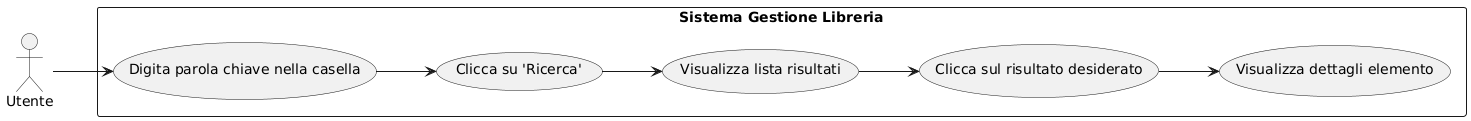
This is report/media/useCase3.png from Zi0LEO/GestoreLibreria, a PlantUML export, as it was before one commit.
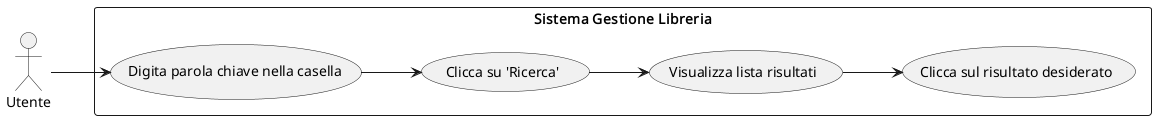
Above is the later version.

What changed in the source:
```diff
@@ -9,12 +9,10 @@
     usecase "Clicca su 'Ricerca'" as UC2
     usecase "Visualizza lista risultati" as UC3
     usecase "Clicca sul risultato desiderato" as UC4
-    usecase "Visualizza dettagli elemento" as UC5
 }
 
 Utente --> UC1
 UC1 --> UC2
 UC2 --> UC3
 UC3 --> UC4
-UC4 --> UC5
 @enduml
```
